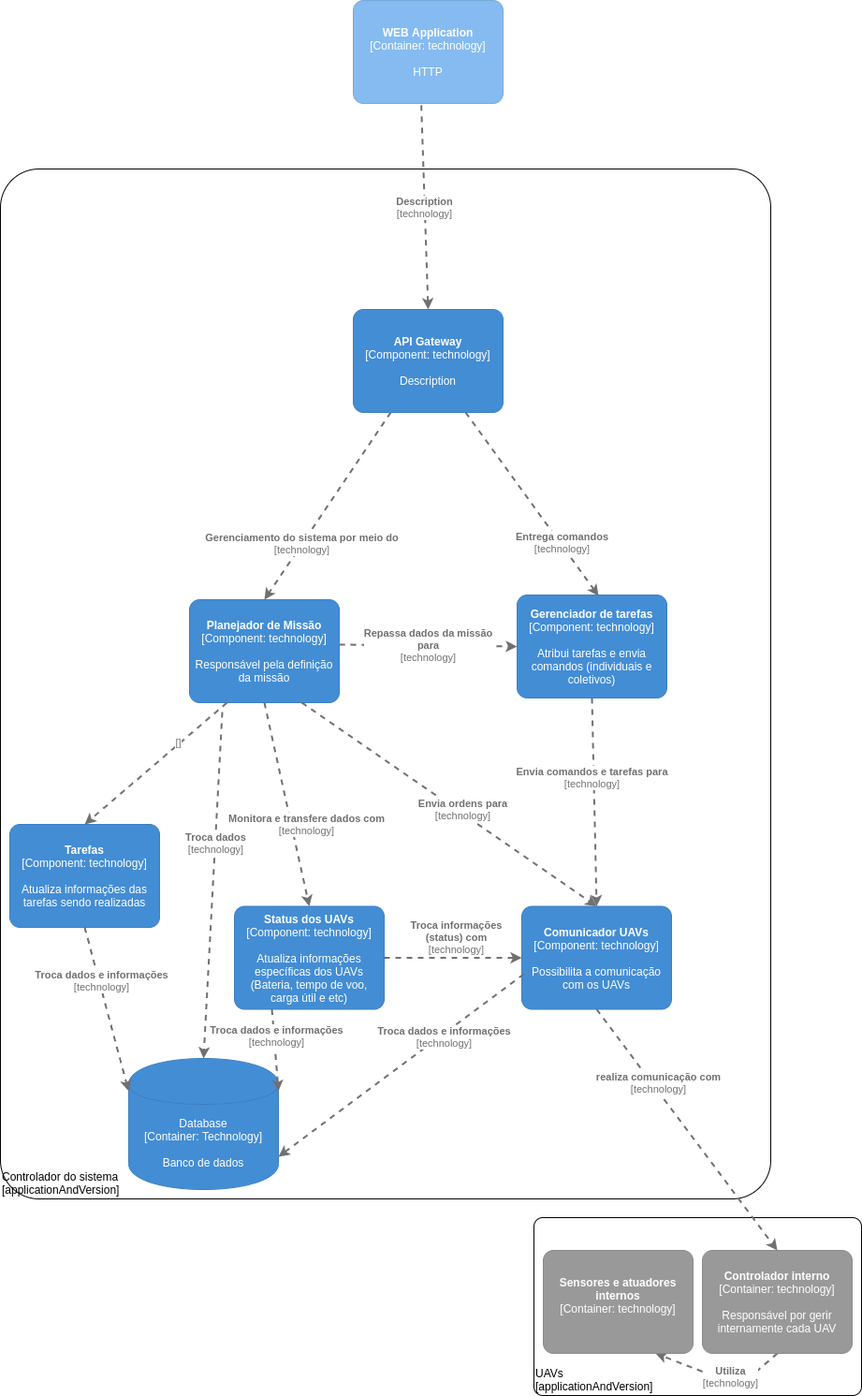
Earlier version of the draw.io export UAV architecture-Componente.png (savionasc/mysterio). Source tidied: cells renumbered, new cells last; positions are measured from the earlier drawing's top-left corner, leaving out a move shared by most shapes.
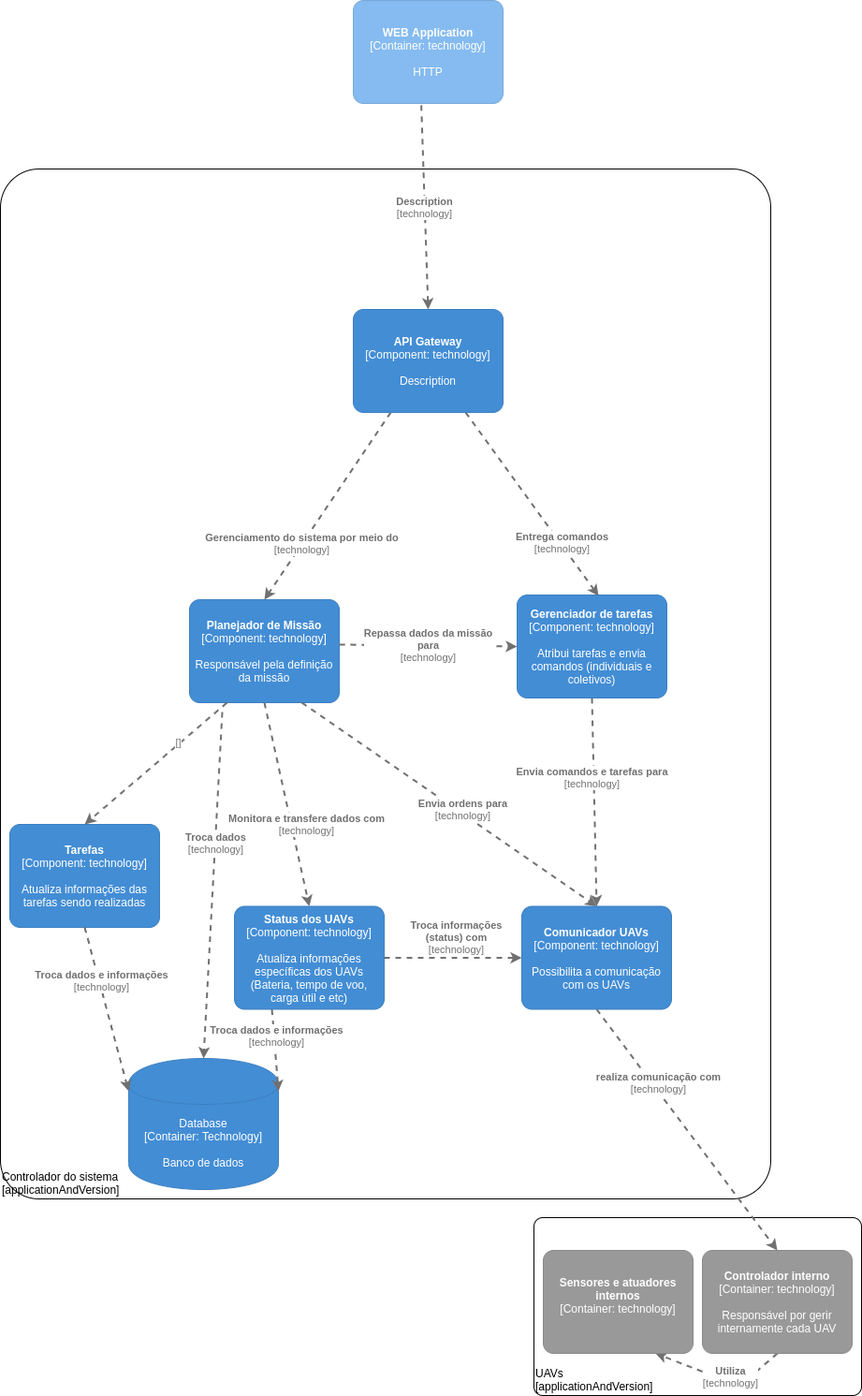
The same file after the commit.

Commit message:
Melhorias na arquitetura

What changed in the source:
```diff
@@ -135,11 +135,6 @@
         <mxGeometry x="-0.34" y="3" relative="1" as="geometry" />
       </mxCell>
     </object>
-    <object id="27" label="&lt;div style=&quot;text-align: left&quot;&gt;&lt;div style=&quot;text-align: center&quot;&gt;&lt;b&gt;%c4Description%&lt;/b&gt;&lt;/div&gt;&lt;div style=&quot;text-align: center&quot;&gt;[%c4Technology%]&lt;/div&gt;&lt;/div&gt;" c4Description="Troca dados e informações" c4Technology="technology" c4Type="Relationship" placeholders="1">
-      <mxCell style="edgeStyle=none;rounded=0;html=1;entryX=1;entryY=0.75;jettySize=auto;strokeColor=#707070;strokeWidth=2;fontColor=#707070;jumpStyle=none;dashed=1;metaData={&quot;c4Type&quot;:{&quot;editable&quot;:false}};exitX=0.013;exitY=0.659;exitDx=0;exitDy=0;exitPerimeter=0;entryDx=0;entryDy=0;entryPerimeter=0;" parent="1" edge="1" source="21" target="5">
-        <mxGeometry x="-0.34" y="3" relative="1" as="geometry" />
-      </mxCell>
-    </object>
     <object id="28" label="&lt;div style=&quot;text-align: left&quot;&gt;&lt;div style=&quot;text-align: center&quot;&gt;&lt;b&gt;%c4Description%&lt;/b&gt;&lt;/div&gt;&lt;div style=&quot;text-align: center&quot;&gt;[%c4Technology%]&lt;/div&gt;&lt;/div&gt;" c4Description="Troca dados" c4Technology="technology" c4Type="Relationship" placeholders="1">
       <mxCell style="edgeStyle=none;rounded=0;html=1;jettySize=auto;strokeColor=#707070;strokeWidth=2;fontColor=#707070;jumpStyle=none;dashed=1;metaData={&quot;c4Type&quot;:{&quot;editable&quot;:false}};entryX=0.5;entryY=0;entryDx=0;entryDy=0;entryPerimeter=0;" parent="1" edge="1" target="5">
         <mxGeometry x="-0.25" y="1" relative="1" as="geometry">
```
